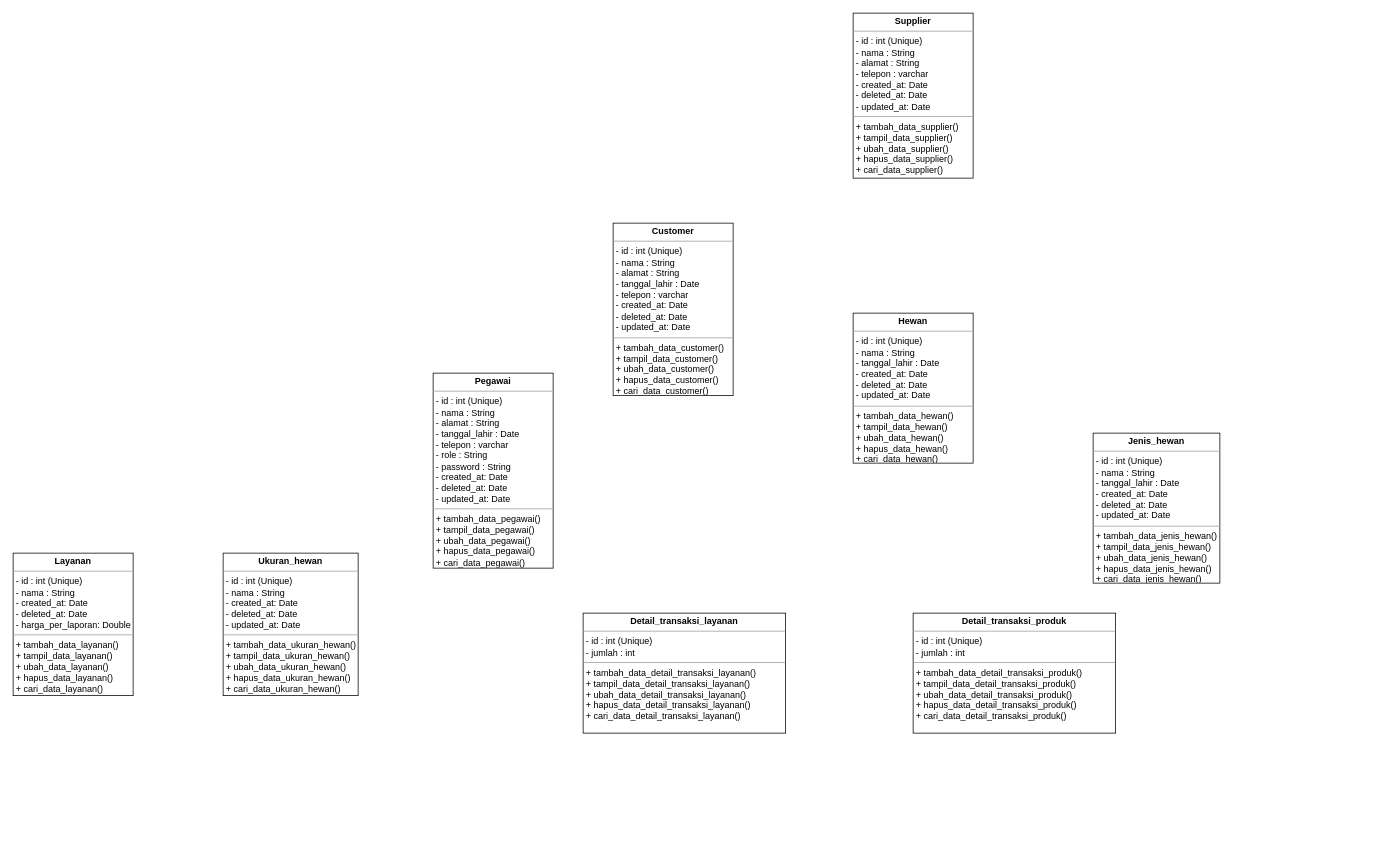
agambewe/newCP3L keeps this draw.io diagram as Untitled Diagram.drawio. Above is the earlier version. Source tidied: cells renumbered, new cells numbered last; positions are measured from the earlier drawing's top-left corner, leaving out a move shared by most shapes. Both pictures are drawn from the tidied source at 75%, with x=0, y=0 at pixel (13, 13).
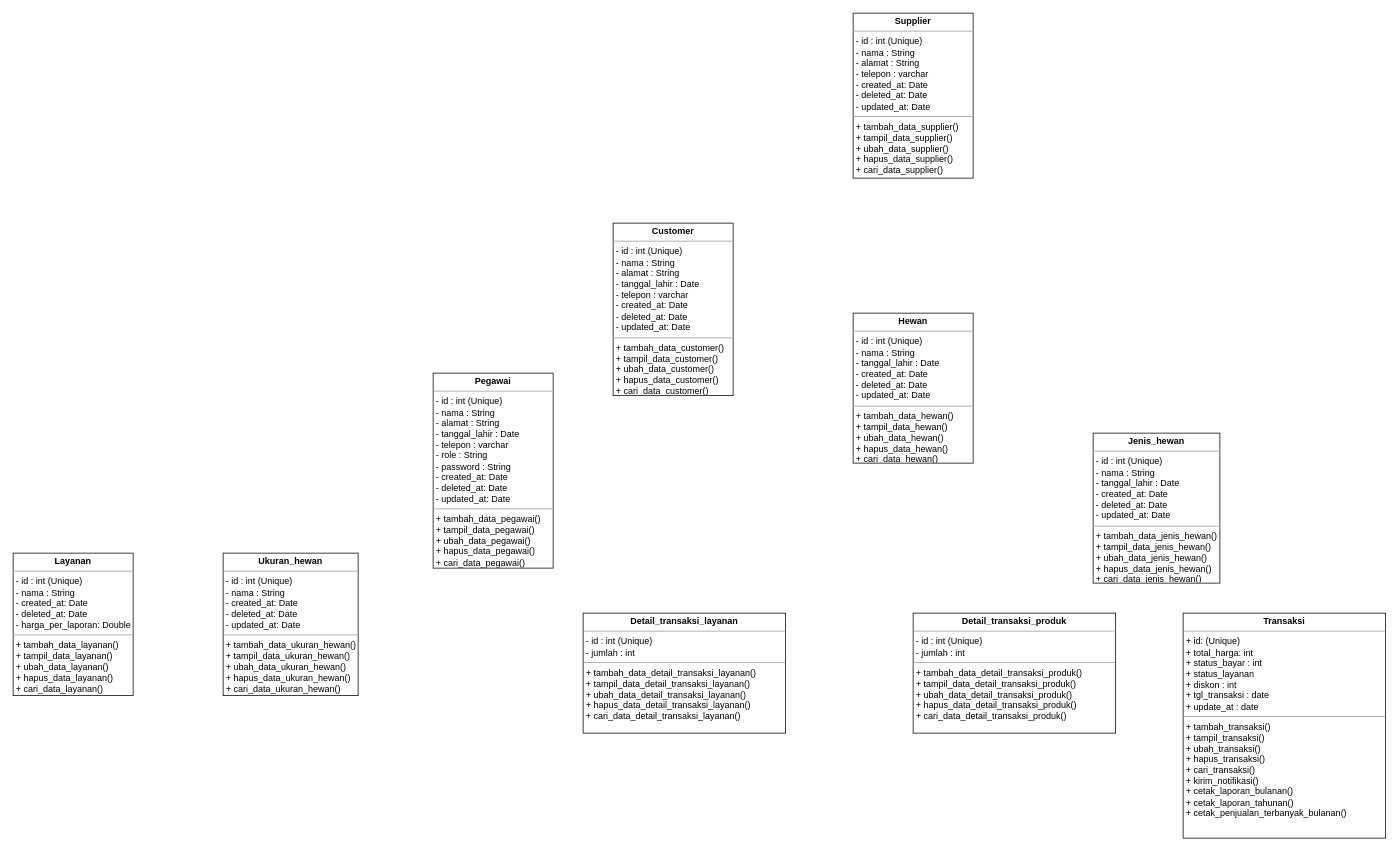
After the change.

The edit, as a diff of the source:
```diff
@@
 <mxGraphModel>
   <root>
     <mxCell id="0" />
     <mxCell id="1" parent="0" />
     <mxCell id="2" value="&lt;p style=&quot;margin: 0px ; margin-top: 4px ; text-align: center&quot;&gt;&lt;b&gt;Layanan&lt;/b&gt;&lt;br&gt;&lt;/p&gt;&lt;hr size=&quot;1&quot;&gt;&lt;p style=&quot;margin: 0px ; margin-left: 4px&quot;&gt;&lt;span&gt;- id : int (Unique)&lt;/span&gt;&lt;/p&gt;&lt;p style=&quot;margin: 0px ; margin-left: 4px&quot;&gt;- nama : String&lt;span&gt;&lt;br&gt;&lt;/span&gt;&lt;/p&gt;&lt;p style=&quot;margin: 0px ; margin-left: 4px&quot;&gt;- created_at: Date&lt;br&gt;&lt;/p&gt;&lt;p style=&quot;margin: 0px ; margin-left: 4px&quot;&gt;- deleted_at: Date&lt;br&gt;&lt;/p&gt;&lt;p style=&quot;margin: 0px ; margin-left: 4px&quot;&gt;- harga_per_laporan: Double&lt;br&gt;&lt;/p&gt;&lt;hr size=&quot;1&quot;&gt;&lt;p style=&quot;margin: 0px ; margin-left: 4px&quot;&gt;+ tambah_data_layanan()&lt;br style=&quot;padding: 0px ; margin: 0px&quot;&gt;+ tampil_data_layanan()&lt;br style=&quot;padding: 0px ; margin: 0px&quot;&gt;+ ubah_data_layanan()&lt;br style=&quot;padding: 0px ; margin: 0px&quot;&gt;+ hapus_data_layanan()&lt;br style=&quot;padding: 0px ; margin: 0px&quot;&gt;+ cari_data_layanan()&lt;br&gt;&lt;/p&gt;" style="verticalAlign=top;align=left;overflow=fill;fontSize=12;fontFamily=Helvetica;html=1;" parent="1" vertex="1">
       <mxGeometry y="720" width="160" height="190" as="geometry" />
     </mxCell>
     <mxCell id="3" value="&lt;p style=&quot;margin: 0px ; margin-top: 4px ; text-align: center&quot;&gt;&lt;b&gt;Ukuran_hewan&lt;/b&gt;&lt;/p&gt;&lt;hr size=&quot;1&quot;&gt;&lt;p style=&quot;margin: 0px ; margin-left: 4px&quot;&gt;- id : int (Unique)&amp;nbsp;&lt;br&gt;&lt;/p&gt;&lt;p style=&quot;margin: 0px ; margin-left: 4px&quot;&gt;- nama : String&lt;span&gt;&lt;br&gt;&lt;/span&gt;&lt;/p&gt;&lt;p style=&quot;margin: 0px ; margin-left: 4px&quot;&gt;- created_at: Date&lt;br&gt;&lt;/p&gt;&lt;p style=&quot;margin: 0px ; margin-left: 4px&quot;&gt;- deleted_at: Date&lt;br&gt;&lt;/p&gt;&lt;p style=&quot;margin: 0px ; margin-left: 4px&quot;&gt;- updated_at: Date&lt;/p&gt;&lt;hr size=&quot;1&quot;&gt;&lt;p style=&quot;margin: 0px ; margin-left: 4px&quot;&gt;+ tambah_data_ukuran_hewan()&lt;br style=&quot;padding: 0px ; margin: 0px&quot;&gt;+ tampil_data_ukuran_hewan()&lt;br style=&quot;padding: 0px ; margin: 0px&quot;&gt;+ ubah_data_ukuran_hewan()&lt;br style=&quot;padding: 0px ; margin: 0px&quot;&gt;+ hapus_data_ukuran_hewan()&lt;br style=&quot;padding: 0px ; margin: 0px&quot;&gt;+ cari_data_ukuran_hewan()&lt;br&gt;&lt;/p&gt;" style="verticalAlign=top;align=left;overflow=fill;fontSize=12;fontFamily=Helvetica;html=1;" parent="1" vertex="1">
       <mxGeometry x="280" y="720" width="180" height="190" as="geometry" />
     </mxCell>
     <mxCell id="4" value="&lt;p style=&quot;margin: 0px ; margin-top: 4px ; text-align: center&quot;&gt;&lt;b&gt;Pegawai&lt;/b&gt;&lt;/p&gt;&lt;hr size=&quot;1&quot;&gt;&lt;p style=&quot;margin: 0px ; margin-left: 4px&quot;&gt;- id : int (Unique)&lt;/p&gt;&lt;p style=&quot;margin: 0px ; margin-left: 4px&quot;&gt;- nama : String&lt;/p&gt;&lt;p style=&quot;margin: 0px ; margin-left: 4px&quot;&gt;&lt;span&gt;- alamat : String&lt;/span&gt;&lt;/p&gt;&lt;p style=&quot;margin: 0px ; margin-left: 4px&quot;&gt;&lt;span&gt;- tanggal_lahir : Date&lt;/span&gt;&lt;/p&gt;&lt;p style=&quot;margin: 0px ; margin-left: 4px&quot;&gt;&lt;span&gt;- telepon : varchar&lt;/span&gt;&lt;/p&gt;&lt;p style=&quot;margin: 0px ; margin-left: 4px&quot;&gt;&lt;span&gt;- role : String&lt;/span&gt;&lt;/p&gt;&lt;p style=&quot;margin: 0px ; margin-left: 4px&quot;&gt;&lt;span&gt;- password : String&lt;/span&gt;&lt;/p&gt;&lt;p style=&quot;margin: 0px ; margin-left: 4px&quot;&gt;&lt;span&gt;- created_at: Date&lt;/span&gt;&lt;/p&gt;&lt;p style=&quot;margin: 0px 0px 0px 4px&quot;&gt;- deleted_at: Date&lt;br&gt;&lt;/p&gt;&lt;p style=&quot;margin: 0px 0px 0px 4px&quot;&gt;- updated_at: Date&lt;/p&gt;&lt;hr size=&quot;1&quot;&gt;&lt;p style=&quot;margin: 0px ; margin-left: 4px&quot;&gt;+ tambah_data_pegawai()&lt;br style=&quot;padding: 0px ; margin: 0px&quot;&gt;+ tampil_data_pegawai()&lt;br style=&quot;padding: 0px ; margin: 0px&quot;&gt;+ ubah_data_pegawai()&lt;br style=&quot;padding: 0px ; margin: 0px&quot;&gt;+ hapus_data_pegawai()&lt;br style=&quot;padding: 0px ; margin: 0px&quot;&gt;+ cari_data_pegawai()&lt;br&gt;&lt;/p&gt;" style="verticalAlign=top;align=left;overflow=fill;fontSize=12;fontFamily=Helvetica;html=1;" parent="1" vertex="1">
       <mxGeometry x="560" y="480" width="160" height="260" as="geometry" />
     </mxCell>
     <mxCell id="5" value="&lt;p style=&quot;margin: 0px ; margin-top: 4px ; text-align: center&quot;&gt;&lt;b&gt;Customer&lt;/b&gt;&lt;/p&gt;&lt;hr size=&quot;1&quot;&gt;&lt;p style=&quot;margin: 0px 0px 0px 4px&quot;&gt;- id : int (Unique)&lt;/p&gt;&lt;p style=&quot;margin: 0px 0px 0px 4px&quot;&gt;- nama : String&lt;/p&gt;&lt;p style=&quot;margin: 0px 0px 0px 4px&quot;&gt;- alamat : String&lt;/p&gt;&lt;p style=&quot;margin: 0px 0px 0px 4px&quot;&gt;- tanggal_lahir : Date&lt;/p&gt;&lt;p style=&quot;margin: 0px 0px 0px 4px&quot;&gt;- telepon : varchar&lt;/p&gt;&lt;p style=&quot;margin: 0px 0px 0px 4px&quot;&gt;- created_at: Date&lt;/p&gt;&lt;p style=&quot;margin: 0px 0px 0px 4px&quot;&gt;- deleted_at: Date&lt;br&gt;&lt;/p&gt;&lt;p style=&quot;margin: 0px 0px 0px 4px&quot;&gt;- updated_at: Date&lt;/p&gt;&lt;hr size=&quot;1&quot;&gt;&lt;p style=&quot;margin: 0px ; margin-left: 4px&quot;&gt;+ tambah_data_customer()&lt;br style=&quot;padding: 0px ; margin: 0px&quot;&gt;+ tampil_data_customer()&lt;br style=&quot;padding: 0px ; margin: 0px&quot;&gt;+ ubah_data_customer()&lt;br style=&quot;padding: 0px ; margin: 0px&quot;&gt;+ hapus_data_customer()&lt;br style=&quot;padding: 0px ; margin: 0px&quot;&gt;+ cari_data_customer()&lt;br&gt;&lt;/p&gt;" style="verticalAlign=top;align=left;overflow=fill;fontSize=12;fontFamily=Helvetica;html=1;" parent="1" vertex="1">
       <mxGeometry x="800" y="280" width="160" height="230" as="geometry" />
     </mxCell>
     <mxCell id="6" value="&lt;p style=&quot;margin: 0px ; margin-top: 4px ; text-align: center&quot;&gt;&lt;b&gt;Hewan&lt;/b&gt;&lt;/p&gt;&lt;hr size=&quot;1&quot;&gt;&lt;p style=&quot;margin: 0px 0px 0px 4px&quot;&gt;- id : int (Unique)&lt;/p&gt;&lt;p style=&quot;margin: 0px 0px 0px 4px&quot;&gt;- nama : String&lt;/p&gt;&lt;p style=&quot;margin: 0px 0px 0px 4px&quot;&gt;- tanggal_lahir : Date&lt;/p&gt;&lt;p style=&quot;margin: 0px 0px 0px 4px&quot;&gt;- created_at: Date&lt;/p&gt;&lt;p style=&quot;margin: 0px 0px 0px 4px&quot;&gt;- deleted_at: Date&lt;br&gt;&lt;/p&gt;&lt;p style=&quot;margin: 0px 0px 0px 4px&quot;&gt;- updated_at: Date&lt;/p&gt;&lt;hr size=&quot;1&quot;&gt;&lt;p style=&quot;margin: 0px ; margin-left: 4px&quot;&gt;+ tambah_data_hewan()&lt;br style=&quot;padding: 0px ; margin: 0px&quot;&gt;+ tampil_data_hewan()&lt;br style=&quot;padding: 0px ; margin: 0px&quot;&gt;+ ubah_data_hewan()&lt;br style=&quot;padding: 0px ; margin: 0px&quot;&gt;+ hapus_data_hewan()&lt;br style=&quot;padding: 0px ; margin: 0px&quot;&gt;+ cari_data_hewan()&lt;br&gt;&lt;/p&gt;" style="verticalAlign=top;align=left;overflow=fill;fontSize=12;fontFamily=Helvetica;html=1;" parent="1" vertex="1">
       <mxGeometry x="1120" y="400" width="160" height="200" as="geometry" />
     </mxCell>
     <mxCell id="7" value="&lt;p style=&quot;margin: 0px ; margin-top: 4px ; text-align: center&quot;&gt;&lt;b&gt;Jenis_hewan&lt;/b&gt;&lt;/p&gt;&lt;hr size=&quot;1&quot;&gt;&lt;p style=&quot;margin: 0px 0px 0px 4px&quot;&gt;- id : int (Unique)&lt;/p&gt;&lt;p style=&quot;margin: 0px 0px 0px 4px&quot;&gt;- nama : String&lt;/p&gt;&lt;p style=&quot;margin: 0px 0px 0px 4px&quot;&gt;- tanggal_lahir : Date&lt;/p&gt;&lt;p style=&quot;margin: 0px 0px 0px 4px&quot;&gt;- created_at: Date&lt;/p&gt;&lt;p style=&quot;margin: 0px 0px 0px 4px&quot;&gt;- deleted_at: Date&lt;br&gt;&lt;/p&gt;&lt;p style=&quot;margin: 0px 0px 0px 4px&quot;&gt;- updated_at: Date&lt;/p&gt;&lt;hr size=&quot;1&quot;&gt;&lt;p style=&quot;margin: 0px ; margin-left: 4px&quot;&gt;+ tambah_data_jenis_hewan()&lt;br style=&quot;padding: 0px ; margin: 0px&quot;&gt;+ tampil_data_jenis_hewan()&lt;br style=&quot;padding: 0px ; margin: 0px&quot;&gt;+ ubah_data_jenis_hewan()&lt;br style=&quot;padding: 0px ; margin: 0px&quot;&gt;+ hapus_data_jenis_hewan()&lt;br style=&quot;padding: 0px ; margin: 0px&quot;&gt;+ cari_data_jenis_hewan()&lt;br&gt;&lt;/p&gt;" style="verticalAlign=top;align=left;overflow=fill;fontSize=12;fontFamily=Helvetica;html=1;" parent="1" vertex="1">
       <mxGeometry x="1440" y="560" width="169" height="200" as="geometry" />
     </mxCell>
     <mxCell id="8" value="&lt;p style=&quot;margin: 0px ; margin-top: 4px ; text-align: center&quot;&gt;&lt;b&gt;Supplier&lt;/b&gt;&lt;/p&gt;&lt;hr size=&quot;1&quot;&gt;&lt;p style=&quot;margin: 0px 0px 0px 4px&quot;&gt;- id : int (Unique)&lt;/p&gt;&lt;p style=&quot;margin: 0px 0px 0px 4px&quot;&gt;- nama : String&lt;/p&gt;&lt;p style=&quot;margin: 0px 0px 0px 4px&quot;&gt;- alamat : String&lt;/p&gt;&lt;p style=&quot;margin: 0px 0px 0px 4px&quot;&gt;- telepon : varchar&lt;/p&gt;&lt;p style=&quot;margin: 0px 0px 0px 4px&quot;&gt;- created_at: Date&lt;/p&gt;&lt;p style=&quot;margin: 0px 0px 0px 4px&quot;&gt;- deleted_at: Date&lt;br&gt;&lt;/p&gt;&lt;p style=&quot;margin: 0px 0px 0px 4px&quot;&gt;- updated_at: Date&lt;/p&gt;&lt;hr size=&quot;1&quot;&gt;&lt;p style=&quot;margin: 0px ; margin-left: 4px&quot;&gt;+ tambah_data_supplier()&lt;br style=&quot;padding: 0px ; margin: 0px&quot;&gt;+ tampil_data_supplier()&lt;br style=&quot;padding: 0px ; margin: 0px&quot;&gt;+ ubah_data_supplier()&lt;br style=&quot;padding: 0px ; margin: 0px&quot;&gt;+ hapus_data_supplier()&lt;br style=&quot;padding: 0px ; margin: 0px&quot;&gt;+ cari_data_supplier()&lt;br&gt;&lt;/p&gt;" style="verticalAlign=top;align=left;overflow=fill;fontSize=12;fontFamily=Helvetica;html=1;" parent="1" vertex="1">
       <mxGeometry x="1120" width="160" height="220" as="geometry" />
     </mxCell>
     <mxCell id="9" value="&lt;p style=&quot;margin: 0px ; margin-top: 4px ; text-align: center&quot;&gt;&lt;b&gt;Detail_transaksi_layanan&lt;/b&gt;&lt;/p&gt;&lt;hr size=&quot;1&quot;&gt;&lt;p style=&quot;margin: 0px ; margin-left: 4px&quot;&gt;- id : int (Unique)&lt;/p&gt;&lt;p style=&quot;margin: 0px ; margin-left: 4px&quot;&gt;- jumlah : int&lt;/p&gt;&lt;hr size=&quot;1&quot;&gt;&lt;p style=&quot;margin: 0px ; margin-left: 4px&quot;&gt;+ tambah_data_detail_transaksi_layanan()&lt;br style=&quot;padding: 0px ; margin: 0px&quot;&gt;+ tampil_data_detail_transaksi_layanan()&lt;br style=&quot;padding: 0px ; margin: 0px&quot;&gt;+ ubah_data_detail_transaksi_layanan()&lt;br style=&quot;padding: 0px ; margin: 0px&quot;&gt;+ hapus_data_detail_transaksi_layanan()&lt;br style=&quot;padding: 0px ; margin: 0px&quot;&gt;&lt;/p&gt;&lt;p style=&quot;margin: 0px ; margin-left: 4px&quot;&gt;+ cari_data_detail_transaksi_layanan()&lt;/p&gt;" style="verticalAlign=top;align=left;overflow=fill;fontSize=12;fontFamily=Helvetica;html=1;" parent="1" vertex="1">
       <mxGeometry x="760" y="800" width="270" height="160" as="geometry" />
     </mxCell>
     <mxCell id="10" value="&lt;p style=&quot;margin: 0px ; margin-top: 4px ; text-align: center&quot;&gt;&lt;b&gt;Detail_transaksi_produk&lt;/b&gt;&lt;/p&gt;&lt;hr size=&quot;1&quot;&gt;&lt;p style=&quot;margin: 0px ; margin-left: 4px&quot;&gt;- id : int (Unique)&lt;/p&gt;&lt;p style=&quot;margin: 0px ; margin-left: 4px&quot;&gt;- jumlah : int&lt;/p&gt;&lt;hr size=&quot;1&quot;&gt;&lt;p style=&quot;margin: 0px ; margin-left: 4px&quot;&gt;+ tambah_data_detail_transaksi_produk()&lt;br style=&quot;padding: 0px ; margin: 0px&quot;&gt;+ tampil_data_detail_transaksi_produk()&lt;br style=&quot;padding: 0px ; margin: 0px&quot;&gt;+ ubah_data_detail_transaksi_produk()&lt;br style=&quot;padding: 0px ; margin: 0px&quot;&gt;+ hapus_data_detail_transaksi_produk()&lt;br style=&quot;padding: 0px ; margin: 0px&quot;&gt;&lt;/p&gt;&lt;p style=&quot;margin: 0px ; margin-left: 4px&quot;&gt;+ cari_data_detail_transaksi_produk()&lt;/p&gt;" style="verticalAlign=top;align=left;overflow=fill;fontSize=12;fontFamily=Helvetica;html=1;" parent="1" vertex="1">
       <mxGeometry x="1200" y="800" width="270" height="160" as="geometry" />
     </mxCell>
+    <mxCell id="11" value="&lt;p style=&quot;margin: 0px ; margin-top: 4px ; text-align: center&quot;&gt;&lt;b&gt;Transaksi&lt;/b&gt;&lt;/p&gt;&lt;hr size=&quot;1&quot;&gt;&lt;p style=&quot;margin: 0px ; margin-left: 4px&quot;&gt;+ id: (Unique)&lt;br&gt;+ total_harga: int&lt;/p&gt;&lt;p style=&quot;margin: 0px ; margin-left: 4px&quot;&gt;+ status_bayar : int&lt;/p&gt;&lt;p style=&quot;margin: 0px ; margin-left: 4px&quot;&gt;+ status_layanan&lt;br&gt;&lt;/p&gt;&lt;p style=&quot;margin: 0px ; margin-left: 4px&quot;&gt;+ diskon : int&lt;br&gt;&lt;/p&gt;&lt;p style=&quot;margin: 0px ; margin-left: 4px&quot;&gt;+ tgl_transaksi : date&lt;/p&gt;&lt;p style=&quot;margin: 0px ; margin-left: 4px&quot;&gt;+ update_at : date&lt;/p&gt;&lt;hr size=&quot;1&quot;&gt;&lt;p style=&quot;margin: 0px 0px 0px 4px&quot;&gt;+ tambah_transaksi()&lt;br style=&quot;padding: 0px ; margin: 0px&quot;&gt;+ tampil_transaksi()&lt;br style=&quot;padding: 0px ; margin: 0px&quot;&gt;+ ubah_transaksi()&lt;br style=&quot;padding: 0px ; margin: 0px&quot;&gt;+ hapus_transaksi()&lt;br style=&quot;padding: 0px ; margin: 0px&quot;&gt;&lt;/p&gt;&lt;p style=&quot;margin: 0px 0px 0px 4px&quot;&gt;+ cari_transaksi()&lt;/p&gt;&lt;p style=&quot;margin: 0px 0px 0px 4px&quot;&gt;+ kirim_notifikasi()&lt;/p&gt;&lt;p style=&quot;margin: 0px 0px 0px 4px&quot;&gt;+ cetak_laporan_bulanan()&lt;/p&gt;&lt;p style=&quot;margin: 0px 0px 0px 4px&quot;&gt;+ cetak_laporan_tahunan()&lt;/p&gt;&lt;p style=&quot;margin: 0px 0px 0px 4px&quot;&gt;+ cetak_penjualan_terbanyak_bulanan()&lt;/p&gt;&lt;p style=&quot;margin: 0px 0px 0px 4px&quot;&gt;&lt;br&gt;&lt;/p&gt;&lt;p style=&quot;margin: 0px 0px 0px 4px&quot;&gt;&lt;br&gt;&lt;/p&gt;&lt;p style=&quot;margin: 0px 0px 0px 4px&quot;&gt;&lt;br&gt;&lt;/p&gt;" style="verticalAlign=top;align=left;overflow=fill;fontSize=12;fontFamily=Helvetica;html=1;" parent="1" vertex="1">
+      <mxGeometry x="1560" y="800" width="270" height="300" as="geometry" />
+    </mxCell>
   </root>
 </mxGraphModel>
```
